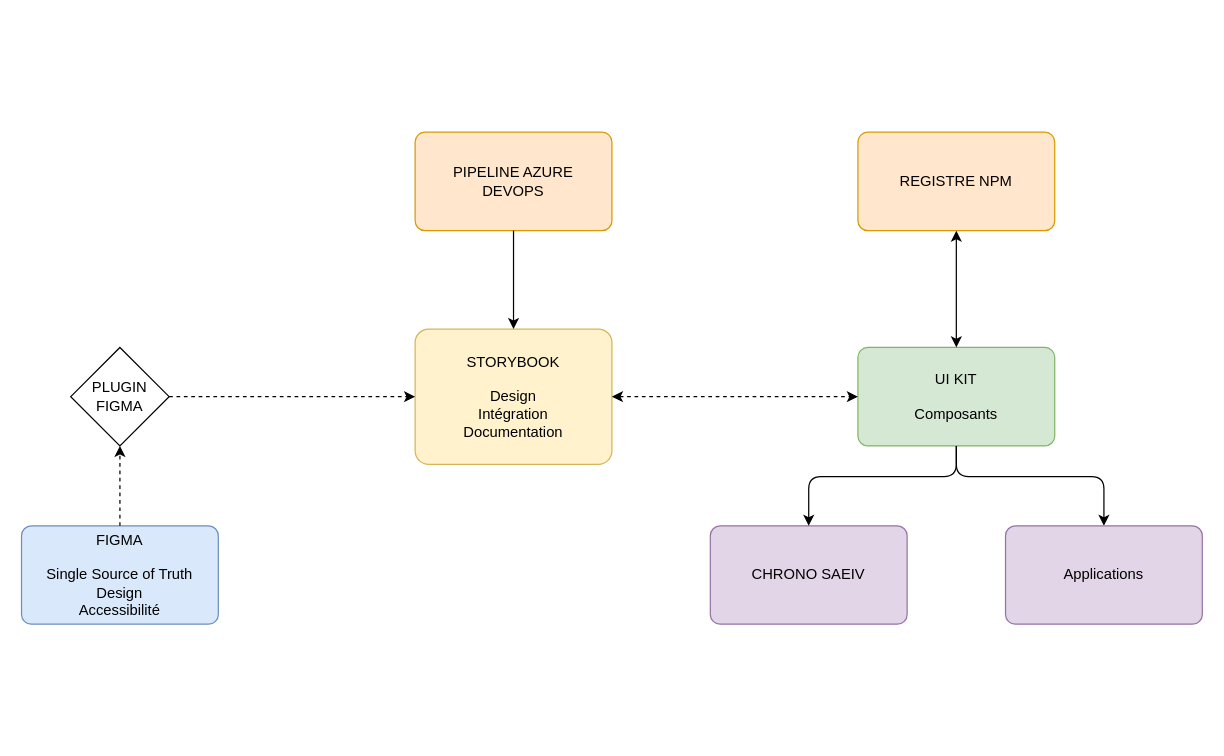
Earlier version of the draw.io diagram Untitled Diagram.drawio (Tim-arts/flowcharts). Source tidied: cells renumbered, new cells numbered last; positions are measured from the earlier drawing's top-left corner, leaving out a move shared by most shapes. Both pictures are drawn from the tidied source at 123%, with x=0, y=0 at pixel (21, 132).
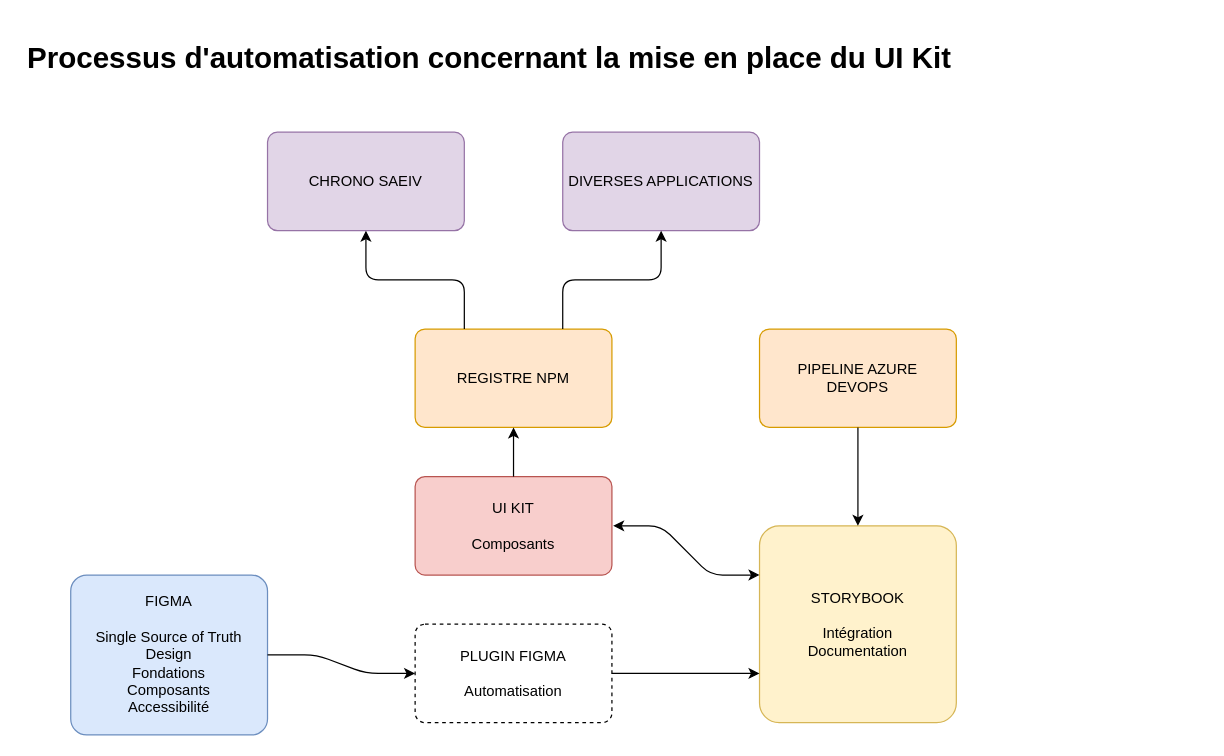
Above is the later version.

Change to the diagram source:
```diff
@@
-    <mxCell id="2" value="FIGMA&lt;br&gt;&lt;br&gt;Single Source of Truth&lt;br&gt;Design&lt;br&gt;Accessibilité" style="rounded=1;whiteSpace=wrap;html=1;arcSize=10;fillColor=#dae8fc;strokeColor=#6c8ebf;" parent="1" vertex="1">
-      <mxGeometry y="320" width="160" height="80" as="geometry" />
+    <mxCell id="2" value="FIGMA&lt;br&gt;&lt;br&gt;Single Source of Truth&lt;br&gt;Design&lt;br&gt;Fondations&lt;br&gt;Composants&lt;br&gt;Accessibilité" style="rounded=1;whiteSpace=wrap;html=1;arcSize=10;fillColor=#dae8fc;strokeColor=#6c8ebf;" parent="1" vertex="1">
+      <mxGeometry x="40" y="360" width="160" height="130" as="geometry" />
     </mxCell>
-    <mxCell id="3" value="STORYBOOK&lt;br&gt;&lt;br&gt;Design&lt;br&gt;Intégration&lt;br&gt;Documentation" style="rounded=1;whiteSpace=wrap;html=1;arcSize=10;fillColor=#fff2cc;strokeColor=#d6b656;" parent="1" vertex="1">
-      <mxGeometry x="320" y="160" width="160" height="110" as="geometry" />
+    <mxCell id="3" value="STORYBOOK&lt;br&gt;&lt;br&gt;Intégration&lt;br&gt;Documentation" style="rounded=1;whiteSpace=wrap;html=1;arcSize=10;fillColor=#fff2cc;strokeColor=#d6b656;" parent="1" vertex="1">
+      <mxGeometry x="600" y="320" width="160" height="160" as="geometry" />
     </mxCell>
-    <mxCell id="4" value="UI KIT&lt;br&gt;&lt;br&gt;Composants" style="rounded=1;whiteSpace=wrap;html=1;arcSize=10;fillColor=#d5e8d4;strokeColor=#82b366;" parent="1" vertex="1">
-      <mxGeometry x="680" y="175" width="160" height="80" as="geometry" />
-    </mxCell>
     <mxCell id="5" value="PIPELINE AZURE&lt;br&gt;DEVOPS" style="rounded=1;whiteSpace=wrap;html=1;arcSize=10;fillColor=#ffe6cc;strokeColor=#d79b00;" parent="1" vertex="1">
-      <mxGeometry x="320" width="160" height="80" as="geometry" />
+      <mxGeometry x="600" y="160" width="160" height="80" as="geometry" />
     </mxCell>
-    <mxCell id="6" style="endArrow=classic;html=1;exitX=0.5;exitY=0;exitDx=0;exitDy=0;jumpStyle=line;shadow=0;rounded=1;jumpSize=6;endSize=6;fixDash=1;orthogonal=0;comic=0;backgroundOutline=0;dashed=1;entryX=0.5;entryY=1;entryDx=0;entryDy=0;" parent="1" edge="1" source="2" target="15">
-      <mxGeometry relative="1" as="geometry" />
+    <mxCell id="6" style="endArrow=classic;html=1;jumpStyle=line;shadow=0;rounded=1;jumpSize=6;endSize=6;fixDash=1;orthogonal=0;comic=0;backgroundOutline=0;entryX=0;entryY=0.5;entryDx=0;entryDy=0;exitX=1;exitY=0.5;exitDx=0;exitDy=0;" parent="1" edge="1" source="2" target="18">
+      <mxGeometry relative="1" as="geometry">
+        <Array as="points">
+          <mxPoint x="240" y="425" />
+          <mxPoint x="280" y="440" />
+        </Array>
+      </mxGeometry>
     </mxCell>
-    <mxCell id="7" style="endArrow=classic;startArrow=classic;html=1;entryX=0;entryY=0.5;entryDx=0;entryDy=0;exitX=1;exitY=0.5;exitDx=0;exitDy=0;dashed=1;" parent="1" edge="1" source="3" target="4">
-      <mxGeometry relative="1" as="geometry" />
-    </mxCell>
@@
-    <mxCell id="9" style="endArrow=classic;html=1;exitX=0.5;exitY=1;exitDx=0;exitDy=0;entryX=0.5;entryY=0;entryDx=0;entryDy=0;" parent="1" edge="1" source="4" target="10">
-      <mxGeometry relative="1" as="geometry">
-        <Array as="points">
-          <mxPoint x="760" y="280" />
-          <mxPoint x="880" y="280" />
-          <mxPoint x="880" y="320" />
-        </Array>
-      </mxGeometry>
-    </mxCell>
-    <mxCell id="10" value="Applications" style="rounded=1;whiteSpace=wrap;html=1;arcSize=10;fillColor=#e1d5e7;strokeColor=#9673a6;" parent="1" vertex="1">
-      <mxGeometry x="800" y="320" width="160" height="80" as="geometry" />
+    <mxCell id="10" value="DIVERSES APPLICATIONS" style="rounded=1;whiteSpace=wrap;html=1;arcSize=10;fillColor=#e1d5e7;strokeColor=#9673a6;" parent="1" vertex="1">
+      <mxGeometry x="440" width="160" height="80" as="geometry" />
     </mxCell>
     <mxCell id="11" value="CHRONO SAEIV" style="rounded=1;whiteSpace=wrap;html=1;arcSize=10;fillColor=#e1d5e7;strokeColor=#9673a6;" parent="1" vertex="1">
-      <mxGeometry x="560" y="320" width="160" height="80" as="geometry" />
+      <mxGeometry x="200" width="160" height="80" as="geometry" />
     </mxCell>
-    <mxCell id="12" style="endArrow=classic;html=1;entryX=0.5;entryY=0;entryDx=0;entryDy=0;exitX=0.5;exitY=1;exitDx=0;exitDy=0;" parent="1" edge="1" source="4" target="11">
-      <mxGeometry relative="1" as="geometry">
-        <Array as="points">
-          <mxPoint x="760" y="280" />
-          <mxPoint x="640" y="280" />
-          <mxPoint x="640" y="320" />
-        </Array>
-      </mxGeometry>
-    </mxCell>
     <mxCell id="13" value="REGISTRE NPM" style="rounded=1;whiteSpace=wrap;html=1;arcSize=10;fillColor=#ffe6cc;strokeColor=#d79b00;" parent="1" vertex="1">
-      <mxGeometry x="680" width="160" height="80" as="geometry" />
+      <mxGeometry x="320" y="160" width="160" height="80" as="geometry" />
     </mxCell>
+    <mxCell id="17" value="&lt;h1&gt;Processus d'automatisation concernant la mise en place du UI Kit&lt;/h1&gt;" style="text;html=1;strokeColor=none;fillColor=none;spacing=5;spacingTop=-20;whiteSpace=wrap;overflow=hidden;rounded=0;" parent="1" vertex="1">
+      <mxGeometry y="-80" width="800" height="40" as="geometry" />
+    </mxCell>
+    <mxCell id="4" value="UI KIT&lt;br&gt;&lt;br&gt;Composants" style="rounded=1;whiteSpace=wrap;html=1;arcSize=10;fillColor=#f8cecc;strokeColor=#b85450;" parent="1" vertex="1">
+      <mxGeometry x="320" y="280" width="160" height="80" as="geometry" />
+    </mxCell>
+    <mxCell id="18" value="PLUGIN FIGMA&lt;br&gt;&lt;br&gt;Automatisation" style="rounded=1;whiteSpace=wrap;html=1;arcSize=10;dashed=1;" parent="1" vertex="1">
+      <mxGeometry x="320" y="400" width="160" height="80" as="geometry" />
+    </mxCell>
+    <mxCell id="19" style="endArrow=classic;html=1;shadow=0;endSize=6;strokeColor=#000000;entryX=0;entryY=0.75;entryDx=0;entryDy=0;exitX=1;exitY=0.5;exitDx=0;exitDy=0;" parent="1" edge="1" source="18" target="3">
+      <mxGeometry relative="1" as="geometry" />
+    </mxCell>
-    <mxCell id="14" style="endArrow=classic;startArrow=classic;html=1;shadow=0;endSize=6;entryX=0.5;entryY=1;entryDx=0;entryDy=0;exitX=0.5;exitY=0;exitDx=0;exitDy=0;" parent="1" edge="1" source="4" target="13">
+    <mxCell id="14" style="endArrow=classic;html=1;shadow=0;endSize=6;strokeColor=#000000;entryX=0.5;entryY=1;entryDx=0;entryDy=0;exitX=0.5;exitY=0;exitDx=0;exitDy=0;" parent="1" edge="1" source="4" target="13">
       <mxGeometry relative="1" as="geometry" />
     </mxCell>
-    <mxCell id="15" value="PLUGIN FIGMA" style="rhombus;whiteSpace=wrap;html=1;" parent="1" vertex="1">
-      <mxGeometry x="40" y="175" width="80" height="80" as="geometry" />
-    </mxCell>
-    <mxCell id="16" style="endArrow=classic;html=1;exitX=1;exitY=0.5;exitDx=0;exitDy=0;jumpStyle=line;shadow=0;rounded=1;jumpSize=6;endSize=6;fixDash=1;orthogonal=0;comic=0;backgroundOutline=0;dashed=1;entryX=0;entryY=0.5;entryDx=0;entryDy=0;" parent="1" edge="1" source="15" target="3">
-      <mxGeometry relative="1" as="geometry" />
-    </mxCell>
+    <mxCell id="20" style="endArrow=classic;html=1;shadow=0;endSize=6;strokeColor=#000000;entryX=0.5;entryY=1;entryDx=0;entryDy=0;exitX=0.25;exitY=0;exitDx=0;exitDy=0;" parent="1" edge="1" source="13" target="11">
+      <mxGeometry relative="1" as="geometry">
+        <Array as="points">
+          <mxPoint x="360" y="120" />
+          <mxPoint x="280" y="120" />
+        </Array>
+      </mxGeometry>
+    </mxCell>
+    <mxCell id="21" style="endArrow=classic;html=1;shadow=0;endSize=6;strokeColor=#000000;entryX=0.5;entryY=1;entryDx=0;entryDy=0;exitX=0.75;exitY=0;exitDx=0;exitDy=0;" parent="1" edge="1" source="13" target="10">
+      <mxGeometry relative="1" as="geometry">
+        <Array as="points">
+          <mxPoint x="440" y="120" />
+          <mxPoint x="520" y="120" />
+        </Array>
+      </mxGeometry>
+    </mxCell>
+    <mxCell id="22" style="endArrow=classic;startArrow=classic;html=1;shadow=0;endSize=6;strokeColor=#000000;entryX=0;entryY=0.25;entryDx=0;entryDy=0;" parent="1" edge="1" target="3">
+      <mxGeometry relative="1" as="geometry">
+        <mxPoint x="481" y="320" as="sourcePoint" />
+        <Array as="points">
+          <mxPoint x="520" y="320" />
+          <mxPoint x="560" y="360" />
+        </Array>
+      </mxGeometry>
+    </mxCell>
```
